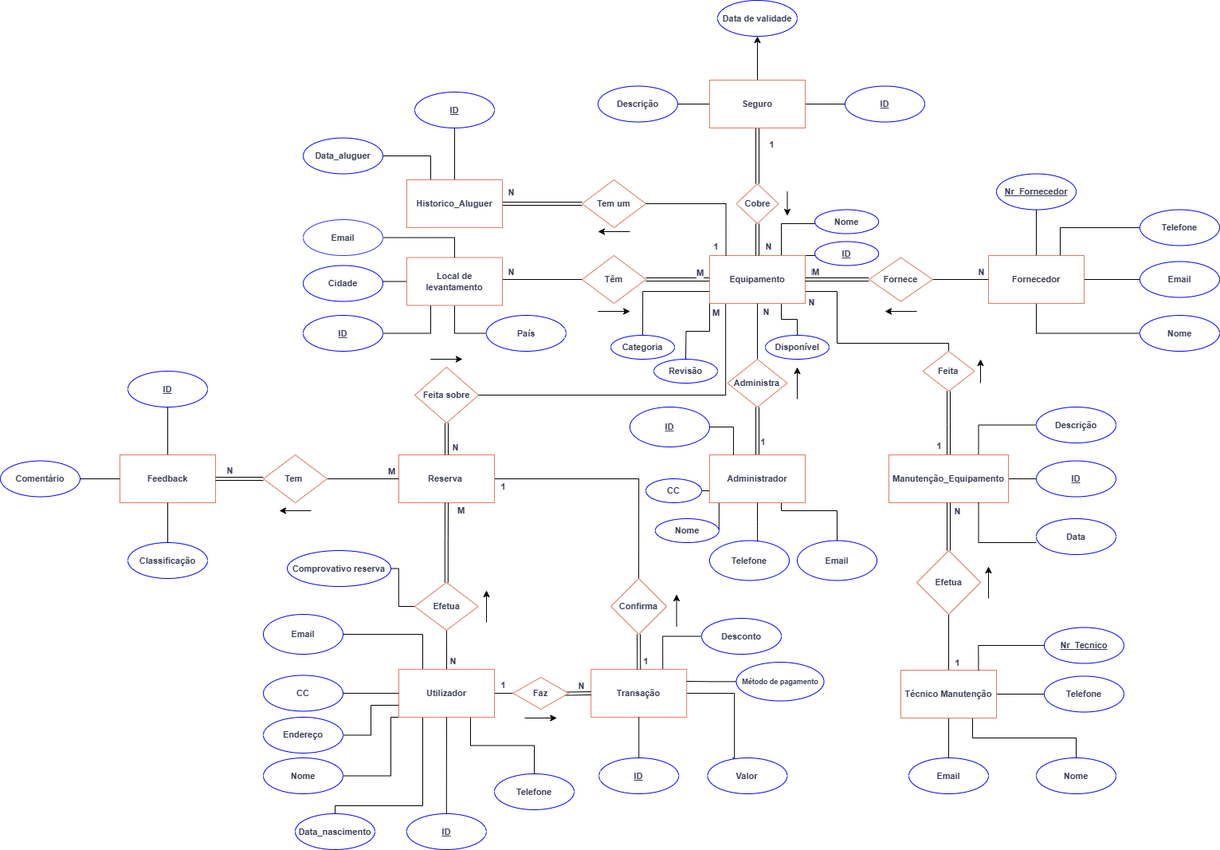
This is Diagramas/DER.png from diogopires17/ProjetoBD, a draw.io export, as it was before one commit. Source tidied: cells renumbered, new cells last; positions are measured from the earlier drawing's top-left corner, leaving out a move shared by most shapes.
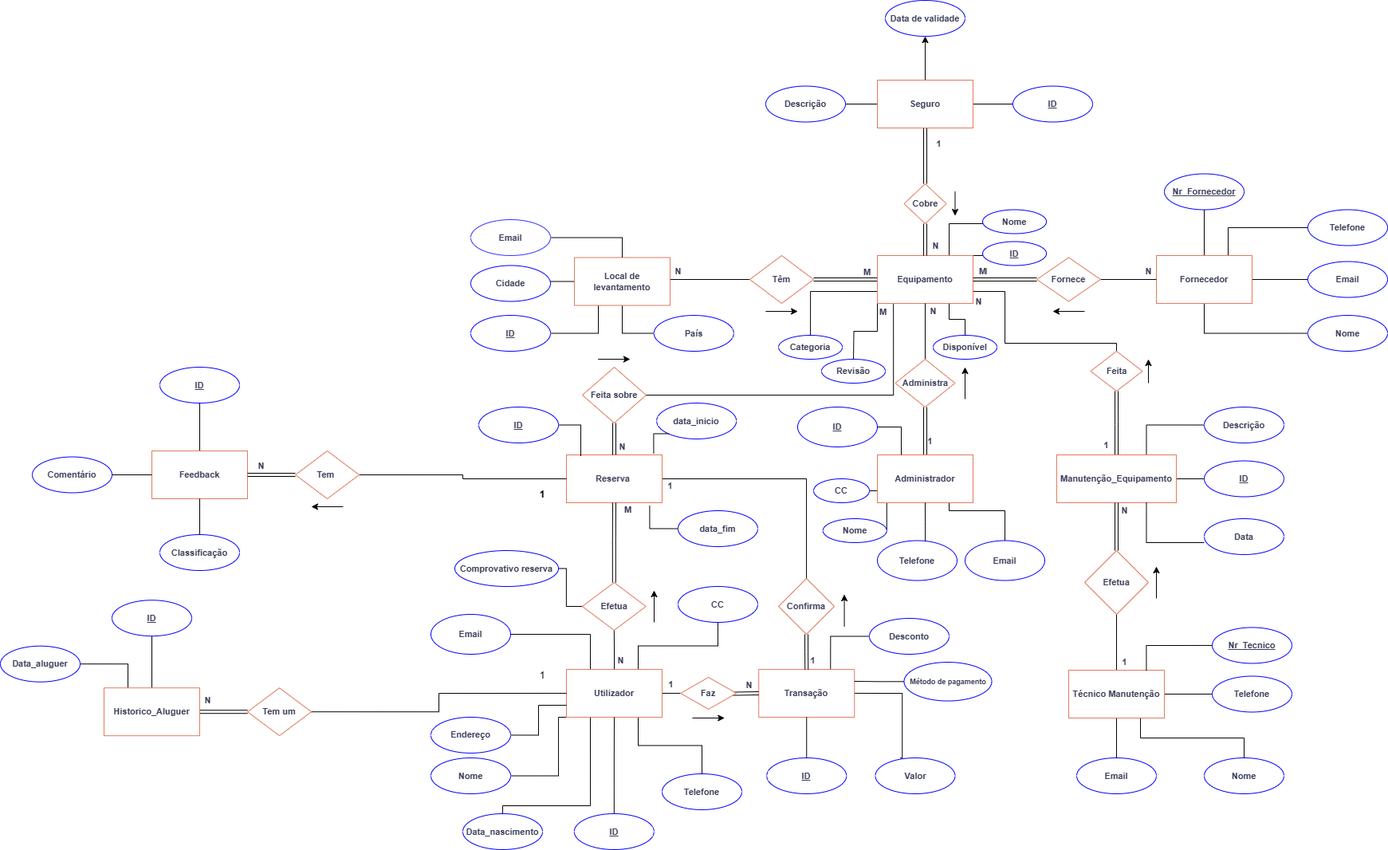
Later version of the same file.

The edit, as a diff of the source:
```diff
@@ -103,7 +103,7 @@
       <mxGeometry relative="1" as="geometry" />
     </mxCell>
     <mxCell id="28" value="Historico_Aluguer" style="rounded=0;whiteSpace=wrap;html=1;strokeColor=#E07A5F;align=center;verticalAlign=middle;fontFamily=Helvetica;fontSize=11;fontColor=#393C56;labelBackgroundColor=default;fillColor=#FFFFFF;fontStyle=1;" parent="1" vertex="1">
-      <mxGeometry x="510" y="225" width="120" height="60" as="geometry" />
+      <mxGeometry x="-80" y="862.2" width="120" height="60" as="geometry" />
     </mxCell>
     <mxCell id="29" style="edgeStyle=orthogonalEdgeStyle;rounded=0;jettySize=auto;html=1;exitX=1;exitY=0.5;exitDx=0;exitDy=0;strokeColor=#000000;align=center;verticalAlign=middle;fontFamily=Helvetica;fontSize=11;fontColor=#393C56;labelBackgroundColor=default;endArrow=none;endFill=0;fillColor=#F2CC8F;entryX=0.5;entryY=0;entryDx=0;entryDy=0;" parent="1" edge="1" source="30" target="115">
       <mxGeometry relative="1" as="geometry">
@@ -143,6 +143,9 @@
         </Array>
       </mxGeometry>
     </mxCell>
+    <mxCell id="177" style="edgeStyle=orthogonalEdgeStyle;rounded=0;jettySize=auto;html=1;exitX=0.25;exitY=1;exitDx=0;exitDy=0;entryX=0.5;entryY=1;entryDx=0;entryDy=0;endArrow=none;endFill=0;" parent="1" edge="1" source="37" target="128">
+      <mxGeometry relative="1" as="geometry" />
+    </mxCell>
     <mxCell id="37" value="Utilizador" style="rounded=0;whiteSpace=wrap;html=1;strokeColor=#E07A5F;align=center;verticalAlign=middle;fontFamily=Helvetica;fontSize=11;fontColor=#393C56;labelBackgroundColor=default;fillColor=#FFFFFF;fontStyle=1;direction=west;" parent="1" vertex="1">
       <mxGeometry x="500" y="839" width="120" height="60" as="geometry" />
     </mxCell>
@@ -150,7 +153,7 @@
       <mxGeometry relative="1" as="geometry" />
     </mxCell>
     <mxCell id="39" value="Feedback" style="rounded=0;whiteSpace=wrap;html=1;strokeColor=#E07A5F;align=center;verticalAlign=middle;fontFamily=Helvetica;fontSize=11;fontColor=#393C56;labelBackgroundColor=default;fillColor=#FFFFFF;fontStyle=1;" parent="1" vertex="1">
-      <mxGeometry x="150" y="570" width="120" height="60" as="geometry" />
+      <mxGeometry x="-20" y="565" width="120" height="60" as="geometry" />
     </mxCell>
     <mxCell id="40" style="edgeStyle=orthogonalEdgeStyle;rounded=0;jettySize=auto;html=1;exitX=1;exitY=0.5;exitDx=0;exitDy=0;entryX=0.5;entryY=0;entryDx=0;entryDy=0;strokeColor=#000000;align=center;verticalAlign=middle;fontFamily=Helvetica;fontSize=11;fontColor=#393C56;fontStyle=1;labelBackgroundColor=default;endArrow=none;endFill=0;fillColor=#F2CC8F;" parent="1" edge="1" source="42">
       <mxGeometry relative="1" as="geometry">
@@ -344,49 +347,35 @@
     <mxCell id="89" value="N" style="edgeLabel;html=1;align=center;verticalAlign=middle;strokeColor=#E07A5F;fontFamily=Helvetica;fontSize=11;fontColor=#393C56;labelBackgroundColor=default;fillColor=#FFFFFF;fontStyle=1;" parent="1" vertex="1">
       <mxGeometry x="570" y="560" as="geometry" />
     </mxCell>
+    <mxCell id="178" style="edgeStyle=orthogonalEdgeStyle;rounded=0;jettySize=auto;html=1;exitX=1;exitY=0.5;exitDx=0;exitDy=0;entryX=1;entryY=0.5;entryDx=0;entryDy=0;endArrow=none;endFill=0;" parent="1" edge="1" source="90" target="37">
+      <mxGeometry relative="1" as="geometry" />
+    </mxCell>
     <mxCell id="90" value="&lt;b&gt;Tem um&lt;/b&gt;" style="rhombus;whiteSpace=wrap;html=1;strokeColor=#E07A5F;align=center;verticalAlign=middle;fontFamily=Helvetica;fontSize=11;fontColor=#393C56;labelBackgroundColor=default;fillColor=#FFFFFF;" parent="1" vertex="1">
-      <mxGeometry x="730" y="225" width="80" height="60" as="geometry" />
+      <mxGeometry x="100" y="862.2" width="80" height="60" as="geometry" />
     </mxCell>
-    <mxCell id="91" style="edgeStyle=orthogonalEdgeStyle;rounded=0;jettySize=auto;html=1;exitX=1;exitY=0.5;exitDx=0;exitDy=0;entryX=0.171;entryY=-0.001;entryDx=0;entryDy=0;entryPerimeter=0;strokeColor=#000000;align=center;verticalAlign=middle;fontFamily=Helvetica;fontSize=11;fontColor=#393C56;labelBackgroundColor=default;endArrow=none;endFill=0;fillColor=#F2CC8F;" parent="1" edge="1" source="90" target="14">
-      <mxGeometry relative="1" as="geometry" />
-    </mxCell>
-    <mxCell id="92" style="endArrow=classic;html=1;rounded=0;strokeColor=#000000;align=center;verticalAlign=middle;fontFamily=Helvetica;fontSize=11;fontColor=#393C56;labelBackgroundColor=default;edgeStyle=orthogonalEdgeStyle;fillColor=#F2CC8F;" parent="1" edge="1">
-      <mxGeometry relative="1" as="geometry">
-        <mxPoint x="790" y="290" as="sourcePoint" />
-        <mxPoint x="750" y="290" as="targetPoint" />
-      </mxGeometry>
-    </mxCell>
-    <mxCell id="93" value="1" style="edgeLabel;html=1;align=center;verticalAlign=middle;strokeColor=#E07A5F;fontFamily=Helvetica;fontSize=11;fontColor=#393C56;labelBackgroundColor=default;fillColor=#FFFFFF;fontStyle=1;" parent="1" vertex="1">
-      <mxGeometry x="880" y="310" as="geometry">
-        <mxPoint x="17" y="-2" as="offset" />
-      </mxGeometry>
-    </mxCell>
     <mxCell id="94" value="N" style="edgeLabel;html=1;align=center;verticalAlign=middle;strokeColor=#E07A5F;fontFamily=Helvetica;fontSize=11;fontColor=#393C56;labelBackgroundColor=default;fillColor=#FFFFFF;fontStyle=1;" parent="1" vertex="1">
-      <mxGeometry x="640" y="240" as="geometry" />
+      <mxGeometry x="50" y="877.2" as="geometry" />
     </mxCell>
+    <mxCell id="96" style="edgeStyle=orthogonalEdgeStyle;rounded=0;jettySize=auto;html=1;exitX=0;exitY=0.5;exitDx=0;exitDy=0;entryX=1;entryY=0.5;entryDx=0;entryDy=0;strokeColor=#000000;align=center;verticalAlign=middle;fontFamily=Helvetica;fontSize=11;fontColor=#393C56;labelBackgroundColor=default;endArrow=none;endFill=0;fillColor=#F2CC8F;shape=link;" parent="1" edge="1" source="97" target="39">
+      <mxGeometry relative="1" as="geometry" />
+    </mxCell>
-    <mxCell id="95" style="edgeStyle=orthogonalEdgeStyle;rounded=0;jettySize=auto;html=1;exitX=1;exitY=0.5;exitDx=0;exitDy=0;entryX=0;entryY=0.5;entryDx=0;entryDy=0;strokeColor=#000000;align=center;verticalAlign=middle;fontFamily=Helvetica;fontSize=11;fontColor=#393C56;labelBackgroundColor=default;endArrow=none;endFill=0;fillColor=#F2CC8F;" parent="1" edge="1" source="97" target="30">
+    <mxCell id="95" style="edgeStyle=orthogonalEdgeStyle;rounded=0;jettySize=auto;html=1;exitX=1;exitY=0.5;exitDx=0;exitDy=0;entryX=0;entryY=0.5;entryDx=0;entryDy=0;endArrow=none;endFill=0;" parent="1" edge="1" source="97" target="30">
       <mxGeometry relative="1" as="geometry" />
     </mxCell>
-    <mxCell id="96" style="edgeStyle=orthogonalEdgeStyle;rounded=0;jettySize=auto;html=1;exitX=0;exitY=0.5;exitDx=0;exitDy=0;entryX=1;entryY=0.5;entryDx=0;entryDy=0;strokeColor=#000000;align=center;verticalAlign=middle;fontFamily=Helvetica;fontSize=11;fontColor=#393C56;labelBackgroundColor=default;endArrow=none;endFill=0;fillColor=#F2CC8F;shape=link;" parent="1" edge="1" source="97" target="39">
-      <mxGeometry relative="1" as="geometry" />
-    </mxCell>
     <mxCell id="97" value="&lt;b&gt;Tem&amp;nbsp;&lt;/b&gt;" style="rhombus;whiteSpace=wrap;html=1;strokeColor=#E07A5F;align=center;verticalAlign=middle;fontFamily=Helvetica;fontSize=11;fontColor=#393C56;labelBackgroundColor=default;fillColor=#FFFFFF;" parent="1" vertex="1">
-      <mxGeometry x="330" y="570" width="80" height="60" as="geometry" />
+      <mxGeometry x="160" y="565" width="80" height="60" as="geometry" />
     </mxCell>
     <mxCell id="98" style="endArrow=classic;html=1;rounded=0;strokeColor=#000000;align=center;verticalAlign=middle;fontFamily=Helvetica;fontSize=11;fontColor=#393C56;labelBackgroundColor=default;edgeStyle=orthogonalEdgeStyle;fillColor=#F2CC8F;" parent="1" edge="1">
       <mxGeometry relative="1" as="geometry">
-        <mxPoint x="390" y="640" as="sourcePoint" />
-        <mxPoint x="350" y="640" as="targetPoint" />
+        <mxPoint x="220" y="635" as="sourcePoint" />
+        <mxPoint x="180" y="635" as="targetPoint" />
       </mxGeometry>
     </mxCell>
     <mxCell id="99" value="N" style="edgeLabel;html=1;align=center;verticalAlign=middle;strokeColor=#E07A5F;fontFamily=Helvetica;fontSize=11;fontColor=#393C56;labelBackgroundColor=default;fillColor=#FFFFFF;fontStyle=1;" parent="1" vertex="1">
-      <mxGeometry x="300" y="570" as="geometry">
+      <mxGeometry x="130" y="565" as="geometry">
         <mxPoint x="-13" y="19" as="offset" />
       </mxGeometry>
     </mxCell>
-    <mxCell id="100" value="M" style="edgeLabel;html=1;align=center;verticalAlign=middle;strokeColor=#E07A5F;fontFamily=Helvetica;fontSize=11;fontColor=#393C56;labelBackgroundColor=default;fillColor=#FFFFFF;fontStyle=1;" parent="1" vertex="1">
-      <mxGeometry x="490" y="590" as="geometry" />
-    </mxCell>
     <mxCell id="101" style="endArrow=classic;html=1;rounded=0;strokeColor=#000000;align=center;verticalAlign=middle;fontFamily=Helvetica;fontSize=11;fontColor=#393C56;labelBackgroundColor=default;edgeStyle=orthogonalEdgeStyle;fillColor=#F2CC8F;" parent="1" edge="1">
       <mxGeometry relative="1" as="geometry">
         <mxPoint x="539.7" y="450" as="sourcePoint" />
@@ -474,19 +463,19 @@
       </mxGeometry>
     </mxCell>
     <mxCell id="120" value="&lt;u&gt;ID&lt;/u&gt;" style="ellipse;whiteSpace=wrap;html=1;strokeColor=#0000FF;align=center;verticalAlign=middle;fontFamily=Helvetica;fontSize=11;fontColor=#393C56;labelBackgroundColor=default;fillColor=#FFFFFF;fontStyle=1;" parent="1" vertex="1">
-      <mxGeometry x="160" y="465" width="100" height="45" as="geometry" />
+      <mxGeometry x="-10" y="460" width="100" height="45" as="geometry" />
     </mxCell>
     <mxCell id="121" style="edgeStyle=orthogonalEdgeStyle;rounded=0;jettySize=auto;html=1;exitX=1;exitY=0.5;exitDx=0;exitDy=0;entryX=0;entryY=0.5;entryDx=0;entryDy=0;strokeColor=#000000;align=center;verticalAlign=middle;fontFamily=Helvetica;fontSize=11;fontColor=#393C56;fontStyle=1;labelBackgroundColor=default;endArrow=none;endFill=0;fillColor=#F2CC8F;" parent="1" edge="1" source="122" target="39">
       <mxGeometry relative="1" as="geometry" />
     </mxCell>
     <mxCell id="122" value="Comentário" style="ellipse;whiteSpace=wrap;html=1;strokeColor=#0000FF;align=center;verticalAlign=middle;fontFamily=Helvetica;fontSize=11;fontColor=#393C56;labelBackgroundColor=default;fillColor=#FFFFFF;fontStyle=1;" parent="1" vertex="1">
-      <mxGeometry y="577.5" width="100" height="45" as="geometry" />
+      <mxGeometry x="-170" y="572.5" width="100" height="45" as="geometry" />
     </mxCell>
     <mxCell id="123" style="edgeStyle=orthogonalEdgeStyle;rounded=0;jettySize=auto;html=1;exitX=0.5;exitY=0;exitDx=0;exitDy=0;entryX=0.5;entryY=1;entryDx=0;entryDy=0;strokeColor=#000000;align=center;verticalAlign=middle;fontFamily=Helvetica;fontSize=11;fontColor=#393C56;fontStyle=1;labelBackgroundColor=default;endArrow=none;endFill=0;fillColor=#F2CC8F;" parent="1" edge="1" source="124" target="39">
       <mxGeometry relative="1" as="geometry" />
     </mxCell>
     <mxCell id="124" value="Classificação" style="ellipse;whiteSpace=wrap;html=1;strokeColor=#0000FF;align=center;verticalAlign=middle;fontFamily=Helvetica;fontSize=11;fontColor=#393C56;labelBackgroundColor=default;fillColor=#FFFFFF;fontStyle=1;" parent="1" vertex="1">
-      <mxGeometry x="160" y="680" width="100" height="45" as="geometry" />
+      <mxGeometry x="-10" y="670" width="100" height="45" as="geometry" />
     </mxCell>
     <mxCell id="125" style="edgeStyle=orthogonalEdgeStyle;rounded=0;jettySize=auto;html=1;exitX=0.5;exitY=0;exitDx=0;exitDy=0;entryX=0.5;entryY=0;entryDx=0;entryDy=0;strokeColor=#000000;align=center;verticalAlign=middle;fontFamily=Helvetica;fontSize=11;fontColor=#393C56;fontStyle=1;labelBackgroundColor=default;endArrow=none;endFill=0;fillColor=#F2CC8F;" parent="1" edge="1" source="126" target="37">
       <mxGeometry relative="1" as="geometry" />
@@ -494,11 +483,8 @@
     <mxCell id="126" value="&lt;u&gt;ID&lt;/u&gt;" style="ellipse;whiteSpace=wrap;html=1;strokeColor=#0000FF;align=center;verticalAlign=middle;fontFamily=Helvetica;fontSize=11;fontColor=#393C56;labelBackgroundColor=default;fillColor=#FFFFFF;fontStyle=1;" parent="1" vertex="1">
       <mxGeometry x="509.8" y="1020" width="100" height="45" as="geometry" />
     </mxCell>
-    <mxCell id="127" style="edgeStyle=orthogonalEdgeStyle;rounded=0;jettySize=auto;html=1;exitX=1;exitY=0.5;exitDx=0;exitDy=0;entryX=1;entryY=0.5;entryDx=0;entryDy=0;strokeColor=#000000;align=center;verticalAlign=middle;fontFamily=Helvetica;fontSize=11;fontColor=#393C56;fontStyle=1;labelBackgroundColor=default;endArrow=none;endFill=0;fillColor=#F2CC8F;" parent="1" edge="1" source="128" target="37">
-      <mxGeometry relative="1" as="geometry" />
-    </mxCell>
     <mxCell id="128" value="CC" style="ellipse;whiteSpace=wrap;html=1;strokeColor=#0000FF;align=center;verticalAlign=middle;fontFamily=Helvetica;fontSize=11;fontColor=#393C56;labelBackgroundColor=default;fillColor=#FFFFFF;fontStyle=1;" parent="1" vertex="1">
-      <mxGeometry x="330" y="846.5" width="100" height="45" as="geometry" />
+      <mxGeometry x="640" y="735" width="100" height="45" as="geometry" />
     </mxCell>
     <mxCell id="129" value="Nome" style="ellipse;whiteSpace=wrap;html=1;strokeColor=#0000FF;align=center;verticalAlign=middle;fontFamily=Helvetica;fontSize=11;fontColor=#393C56;labelBackgroundColor=default;fillColor=#FFFFFF;fontStyle=1;" parent="1" vertex="1">
       <mxGeometry x="330" y="950" width="100" height="45" as="geometry" />
@@ -576,10 +562,10 @@
       <mxGeometry x="750" y="107.5" width="100" height="45" as="geometry" />
     </mxCell>
     <mxCell id="154" value="&lt;u&gt;ID&lt;/u&gt;" style="ellipse;whiteSpace=wrap;html=1;strokeColor=#0000FF;align=center;verticalAlign=middle;fontFamily=Helvetica;fontSize=11;fontColor=#393C56;labelBackgroundColor=default;fillColor=#FFFFFF;fontStyle=1;" parent="1" vertex="1">
-      <mxGeometry x="520" y="115" width="100" height="45" as="geometry" />
+      <mxGeometry x="-70" y="752.2" width="100" height="45" as="geometry" />
     </mxCell>
     <mxCell id="155" value="Data_aluguer" style="ellipse;whiteSpace=wrap;html=1;strokeColor=#0000FF;align=center;verticalAlign=middle;fontFamily=Helvetica;fontSize=11;fontColor=#393C56;labelBackgroundColor=default;fillColor=#FFFFFF;fontStyle=1;" parent="1" vertex="1">
-      <mxGeometry x="380" y="172.5" width="100" height="45" as="geometry" />
+      <mxGeometry x="-210" y="809.7" width="100" height="45" as="geometry" />
     </mxCell>
     <mxCell id="156" value="Cidade" style="ellipse;whiteSpace=wrap;html=1;strokeColor=#0000FF;align=center;verticalAlign=middle;fontFamily=Helvetica;fontSize=11;fontColor=#393C56;labelBackgroundColor=default;fillColor=#FFFFFF;fontStyle=1;" parent="1" vertex="1">
       <mxGeometry x="380" y="332.5" width="100" height="45" as="geometry" />
@@ -644,5 +630,29 @@
     <mxCell id="176" value="Revisão" style="ellipse;whiteSpace=wrap;html=1;strokeColor=#0000FF;align=center;verticalAlign=middle;fontFamily=Helvetica;fontSize=11;fontColor=#393C56;labelBackgroundColor=default;fillColor=#FFFFFF;fontStyle=1;" parent="1" vertex="1">
       <mxGeometry x="820" y="450" width="80" height="30" as="geometry" />
     </mxCell>
+    <mxCell id="179" value="1" style="text;html=1;align=center;verticalAlign=middle;whiteSpace=wrap;rounded=0;" parent="1" vertex="1">
+      <mxGeometry x="440" y="832.2" width="60" height="30" as="geometry" />
+    </mxCell>
+    <mxCell id="180" value="&lt;u&gt;ID&lt;/u&gt;" style="ellipse;whiteSpace=wrap;html=1;strokeColor=#0000FF;align=center;verticalAlign=middle;fontFamily=Helvetica;fontSize=11;fontColor=#393C56;labelBackgroundColor=default;fillColor=#FFFFFF;fontStyle=1;" parent="1" vertex="1">
+      <mxGeometry x="390" y="510" width="100" height="45" as="geometry" />
+    </mxCell>
+    <mxCell id="181" style="edgeStyle=orthogonalEdgeStyle;rounded=0;jettySize=auto;html=1;exitX=1;exitY=0.5;exitDx=0;exitDy=0;entryX=0.15;entryY=0.026;entryDx=0;entryDy=0;entryPerimeter=0;endArrow=none;endFill=0;" parent="1" edge="1" source="180" target="30">
+      <mxGeometry relative="1" as="geometry" />
+    </mxCell>
+    <mxCell id="182" value="data_inicio" style="ellipse;whiteSpace=wrap;html=1;strokeColor=#0000FF;align=center;verticalAlign=middle;fontFamily=Helvetica;fontSize=11;fontColor=#393C56;labelBackgroundColor=default;fillColor=#FFFFFF;fontStyle=1;" parent="1" vertex="1">
+      <mxGeometry x="613.2" y="505" width="100" height="45" as="geometry" />
+    </mxCell>
+    <mxCell id="183" style="edgeStyle=orthogonalEdgeStyle;rounded=0;jettySize=auto;html=1;exitX=0;exitY=1;exitDx=0;exitDy=0;entryX=0.912;entryY=-0.033;entryDx=0;entryDy=0;entryPerimeter=0;endArrow=none;endFill=0;" parent="1" edge="1" source="182" target="30">
+      <mxGeometry relative="1" as="geometry" />
+    </mxCell>
+    <mxCell id="184" value="data_fim" style="ellipse;whiteSpace=wrap;html=1;strokeColor=#0000FF;align=center;verticalAlign=middle;fontFamily=Helvetica;fontSize=11;fontColor=#393C56;labelBackgroundColor=default;fillColor=#FFFFFF;fontStyle=1;" parent="1" vertex="1">
+      <mxGeometry x="640" y="640" width="100" height="45" as="geometry" />
+    </mxCell>
+    <mxCell id="185" style="edgeStyle=orthogonalEdgeStyle;rounded=0;jettySize=auto;html=1;exitX=0;exitY=0.5;exitDx=0;exitDy=0;entryX=0.87;entryY=1.062;entryDx=0;entryDy=0;entryPerimeter=0;endArrow=none;endFill=0;" parent="1" edge="1" source="184" target="30">
+      <mxGeometry relative="1" as="geometry" />
+    </mxCell>
+    <mxCell id="186" value="&lt;b&gt;1&lt;/b&gt;" style="text;html=1;align=center;verticalAlign=middle;whiteSpace=wrap;rounded=0;" parent="1" vertex="1">
+      <mxGeometry x="440" y="605" width="60" height="30" as="geometry" />
+    </mxCell>
   </root>
 </mxGraphModel>
```
